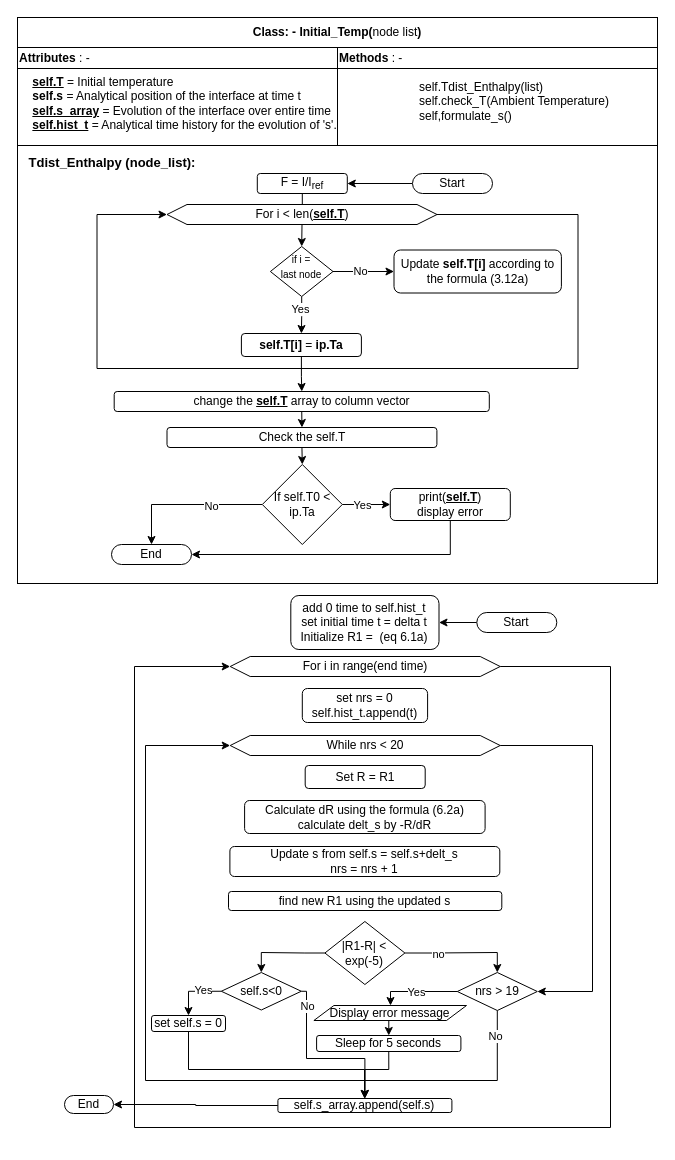
okolekar/PPP keeps this draw.io diagram as .drawio. Above is the earlier version. Source tidied: cells renumbered, new cells numbered last; positions are measured from the earlier drawing's top-left corner, leaving out a move shared by most shapes. Both pictures are drawn from the tidied source at 100%, with x=0, y=0 at pixel (17, 17).
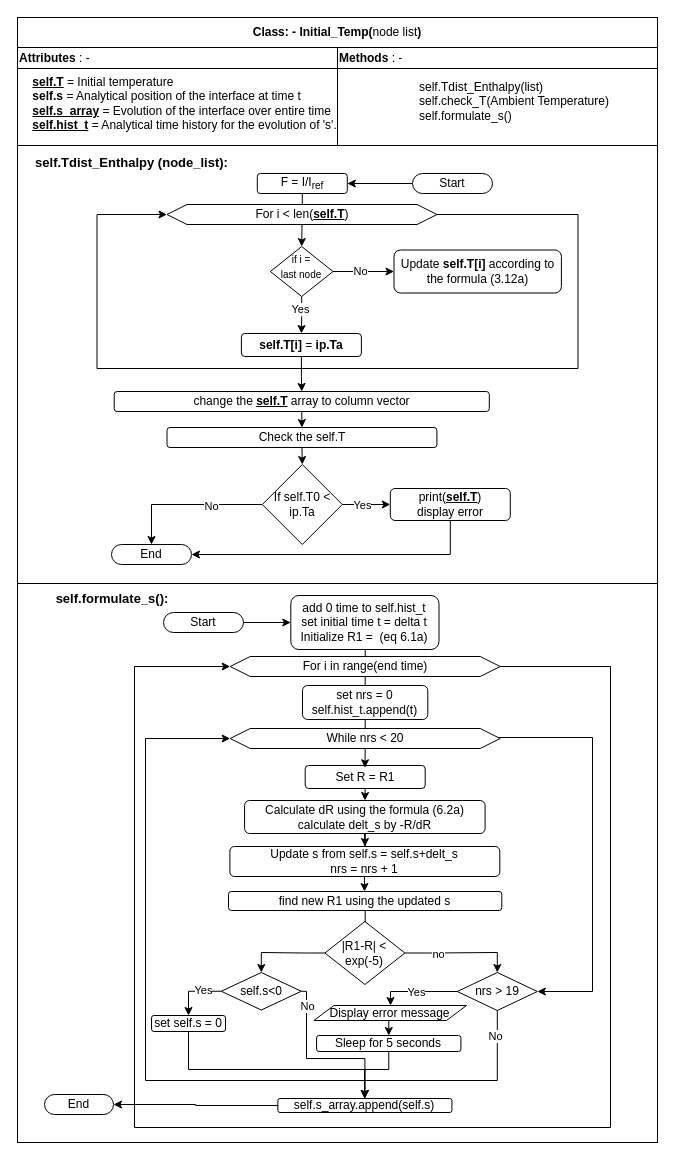
The same diagram, later.

Unchanged cells that the change refers to:
```xml
<mxCell id="40" value="add 0 time to self.hist_t&lt;br&gt;set initial time t = delta t&lt;br style=&quot;border-color: var(--border-color);&quot;&gt;Initialize R1 =&amp;nbsp; (eq 6.1a)" style="rounded=1;whiteSpace=wrap;html=1;" parent="1" vertex="1">
  <mxGeometry x="273.3" y="578" width="148.2" height="54" as="geometry" />
</mxCell>
<mxCell id="41" value="For i in range(end time)" style="shape=hexagon;perimeter=hexagonPerimeter2;whiteSpace=wrap;html=1;fixedSize=1;" parent="1" vertex="1">
  <mxGeometry x="212.7" y="639" width="270" height="20" as="geometry" />
</mxCell>
<mxCell id="43" value="Set R = R1" style="rounded=1;whiteSpace=wrap;html=1;" parent="1" vertex="1">
  <mxGeometry x="287.7" y="748" width="120" height="23" as="geometry" />
</mxCell>
<mxCell id="44" value="Calculate dR using the formula (6.2a)&lt;br&gt;calculate delt_s by -R/dR" style="rounded=1;whiteSpace=wrap;html=1;" parent="1" vertex="1">
  <mxGeometry x="227.1" y="783" width="240.5" height="33" as="geometry" />
</mxCell>
<mxCell id="45" value="Update s from self.s = self.s+delt_s&lt;br&gt;nrs = nrs + 1" style="rounded=1;whiteSpace=wrap;html=1;" parent="1" vertex="1">
  <mxGeometry x="212.4" y="829" width="269.9" height="30" as="geometry" />
</mxCell>
<mxCell id="46" value="find new R1 using the updated s" style="rounded=1;whiteSpace=wrap;html=1;" parent="1" vertex="1">
  <mxGeometry x="211" y="874" width="273.3" height="19" as="geometry" />
</mxCell>
<mxCell id="52" value="|R1-R| &amp;lt; exp(-5)" style="rhombus;whiteSpace=wrap;html=1;" parent="1" vertex="1">
  <mxGeometry x="307.4" y="904" width="80" height="63" as="geometry" />
</mxCell>
<mxCell id="64" value="nrs &amp;gt; 19" style="rhombus;whiteSpace=wrap;html=1;" parent="1" vertex="1">
  <mxGeometry x="439.8" y="955" width="80" height="38" as="geometry" />
</mxCell>
```

What changed in the source:
```diff
@@
+    <mxCell id="72" style="rounded=0;whiteSpace=wrap;html=1;" parent="1" vertex="1">
+      <mxGeometry y="565" width="640" height="560" as="geometry" />
+    </mxCell>
@@
-    <mxCell id="5" value="&lt;span style=&quot;white-space: pre;&quot;&gt;&#9;&lt;/span&gt;&lt;span style=&quot;white-space: pre;&quot;&gt;&#9;&lt;/span&gt;&lt;span style=&quot;white-space: pre;&quot;&gt;&#9;&lt;/span&gt;self.Tdist_Enthalpy(list)&lt;br&gt;&lt;span style=&quot;white-space: pre;&quot;&gt;&#9;&lt;/span&gt;&lt;span style=&quot;white-space: pre;&quot;&gt;&#9;&lt;/span&gt;&lt;span style=&quot;white-space: pre;&quot;&gt;&#9;&lt;/span&gt;self.check_T(Ambient Temperature)&lt;br&gt;&lt;span style=&quot;white-space: pre;&quot;&gt;&#9;&lt;/span&gt;&lt;span style=&quot;white-space: pre;&quot;&gt;&#9;&lt;/span&gt;&lt;span style=&quot;white-space: pre;&quot;&gt;&#9;&lt;/span&gt;self,formulate_s()" style="rounded=0;whiteSpace=wrap;html=1;align=left;" parent="1" vertex="1">
+    <mxCell id="5" value="&lt;span style=&quot;white-space: pre;&quot;&gt;&#9;&lt;/span&gt;&lt;span style=&quot;white-space: pre;&quot;&gt;&#9;&lt;/span&gt;&lt;span style=&quot;white-space: pre;&quot;&gt;&#9;&lt;/span&gt;self.Tdist_Enthalpy(list)&lt;br&gt;&lt;span style=&quot;white-space: pre;&quot;&gt;&#9;&lt;/span&gt;&lt;span style=&quot;white-space: pre;&quot;&gt;&#9;&lt;/span&gt;&lt;span style=&quot;white-space: pre;&quot;&gt;&#9;&lt;/span&gt;self.check_T(Ambient Temperature)&lt;br&gt;&lt;span style=&quot;white-space: pre;&quot;&gt;&#9;&lt;/span&gt;&lt;span style=&quot;white-space: pre;&quot;&gt;&#9;&lt;/span&gt;&lt;span style=&quot;white-space: pre;&quot;&gt;&#9;&lt;/span&gt;self.formulate_s()" style="rounded=0;whiteSpace=wrap;html=1;align=left;" parent="1" vertex="1">
       <mxGeometry x="320" y="40" width="320" height="88" as="geometry" />
     </mxCell>
@@
-    <mxCell id="33" value="&lt;b&gt;&lt;font style=&quot;font-size: 13px;&quot;&gt;Tdist_Enthalpy (node_list):&lt;/font&gt;&lt;/b&gt;" style="text;html=1;strokeColor=none;fillColor=none;align=center;verticalAlign=middle;whiteSpace=wrap;rounded=0;" parent="1" vertex="1">
-      <mxGeometry y="130" width="190" height="30" as="geometry" />
+    <mxCell id="33" value="&lt;b&gt;&lt;font style=&quot;font-size: 13px;&quot;&gt;self.Tdist_Enthalpy (node_list):&lt;/font&gt;&lt;/b&gt;" style="text;html=1;strokeColor=none;fillColor=none;align=center;verticalAlign=middle;whiteSpace=wrap;rounded=0;" parent="1" vertex="1">
+      <mxGeometry y="130" width="229" height="30" as="geometry" />
     </mxCell>
@@
-    <mxCell id="37" style="edgeStyle=orthogonalEdgeStyle;rounded=0;jettySize=auto;html=1;entryX=1;entryY=0.5;entryDx=0;entryDy=0;" parent="1" edge="1" source="38" target="40">
+    <mxCell id="37" style="edgeStyle=orthogonalEdgeStyle;rounded=0;jettySize=auto;html=1;entryX=0;entryY=0.5;entryDx=0;entryDy=0;" parent="1" edge="1" source="38" target="40">
       <mxGeometry relative="1" as="geometry" />
     </mxCell>
     <mxCell id="38" value="Start" style="rounded=1;whiteSpace=wrap;html=1;arcSize=50;" parent="1" vertex="1">
-      <mxGeometry x="459.3" y="595" width="80" height="20" as="geometry" />
+      <mxGeometry x="146" y="595" width="80" height="20" as="geometry" />
     </mxCell>
     <mxCell id="39" value="End" style="rounded=1;whiteSpace=wrap;html=1;arcSize=50;" parent="1" vertex="1">
-      <mxGeometry x="47" y="1078" width="49" height="18" as="geometry" />
+      <mxGeometry x="27" y="1077" width="69" height="20" as="geometry" />
     </mxCell>
+    <mxCell id="73" style="edgeStyle=orthogonalEdgeStyle;rounded=0;jettySize=auto;html=1;entryX=0.5;entryY=0;entryDx=0;entryDy=0;" parent="1" edge="1" source="40" target="41">
+      <mxGeometry relative="1" as="geometry">
+        <Array as="points">
+          <mxPoint x="347" y="644" />
+        </Array>
+      </mxGeometry>
+    </mxCell>
@@
+    <mxCell id="74" style="edgeStyle=orthogonalEdgeStyle;rounded=0;jettySize=auto;html=1;exitX=0.5;exitY=1;exitDx=0;exitDy=0;" parent="1" edge="1" source="41" target="42">
+      <mxGeometry relative="1" as="geometry" />
+    </mxCell>
@@
+    <mxCell id="75" style="edgeStyle=orthogonalEdgeStyle;rounded=0;jettySize=auto;html=1;" parent="1" edge="1" source="42" target="48">
+      <mxGeometry relative="1" as="geometry" />
+    </mxCell>
     <mxCell id="42" value="set nrs = 0&lt;br&gt;self.hist_t.append(t)" style="rounded=1;whiteSpace=wrap;html=1;" parent="1" vertex="1">
-      <mxGeometry x="284.8" y="671" width="125.3" height="34" as="geometry" />
+      <mxGeometry x="285" y="668" width="125.3" height="34" as="geometry" />
     </mxCell>
+    <mxCell id="76" style="edgeStyle=orthogonalEdgeStyle;rounded=0;jettySize=auto;html=1;exitX=0.5;exitY=1;exitDx=0;exitDy=0;entryX=0.5;entryY=0;entryDx=0;entryDy=0;" parent="1" edge="1" source="43" target="44">
+      <mxGeometry relative="1" as="geometry" />
+    </mxCell>
@@
+    <mxCell id="77" style="edgeStyle=orthogonalEdgeStyle;rounded=0;jettySize=auto;html=1;" parent="1" edge="1" source="44" target="45">
+      <mxGeometry relative="1" as="geometry" />
+    </mxCell>
@@
+    <mxCell id="78" style="edgeStyle=orthogonalEdgeStyle;rounded=0;orthogonalLoop=1;jettySize=auto;html=1;" parent="1" edge="1">
+      <mxGeometry relative="1" as="geometry">
+        <mxPoint x="347" y="859" as="sourcePoint" />
+        <mxPoint x="347" y="874" as="targetPoint" />
+        <Array as="points">
+          <mxPoint x="347" y="871" />
+          <mxPoint x="347" y="871" />
+        </Array>
+      </mxGeometry>
+    </mxCell>
@@
+    <mxCell id="79" style="edgeStyle=orthogonalEdgeStyle;rounded=0;jettySize=auto;html=1;entryX=0.5;entryY=0;entryDx=0;entryDy=0;" parent="1" edge="1" source="46" target="52">
+      <mxGeometry relative="1" as="geometry" />
+    </mxCell>
@@
     <mxCell id="47" style="edgeStyle=orthogonalEdgeStyle;rounded=0;jettySize=auto;html=1;entryX=1;entryY=0.5;entryDx=0;entryDy=0;" parent="1" edge="1" source="48" target="64">
       <mxGeometry relative="1" as="geometry">
         <Array as="points">
-          <mxPoint x="575" y="728" />
+          <mxPoint x="575" y="720" />
           <mxPoint x="575" y="974" />
         </Array>
       </mxGeometry>
     </mxCell>
     <mxCell id="48" value="While nrs &amp;lt; 20" style="shape=hexagon;perimeter=hexagonPerimeter2;whiteSpace=wrap;html=1;fixedSize=1;" parent="1" vertex="1">
-      <mxGeometry x="212.7" y="718" width="270" height="20" as="geometry" />
+      <mxGeometry x="212.7" y="711" width="270" height="20" as="geometry" />
     </mxCell>
@@
     <mxCell id="62" style="edgeStyle=orthogonalEdgeStyle;rounded=0;jettySize=auto;html=1;entryX=0;entryY=0.5;entryDx=0;entryDy=0;" parent="1" edge="1" source="64" target="48">
       <mxGeometry relative="1" as="geometry">
         <Array as="points">
           <mxPoint x="480" y="1063" />
           <mxPoint x="128" y="1063" />
-          <mxPoint x="128" y="728" />
+          <mxPoint x="128" y="721" />
         </Array>
       </mxGeometry>
     </mxCell>
@@
+    <mxCell id="80" style="edgeStyle=orthogonalEdgeStyle;rounded=0;jettySize=auto;html=1;exitX=0.5;exitY=1;exitDx=0;exitDy=0;entryX=0.498;entryY=0.099;entryDx=0;entryDy=0;entryPerimeter=0;" parent="1" edge="1" source="48" target="43">
+      <mxGeometry relative="1" as="geometry" />
+    </mxCell>
+    <mxCell id="81" value="&lt;span style=&quot;font-size: 13px;&quot;&gt;&lt;b&gt;self.formulate_s():&lt;/b&gt;&lt;/span&gt;" style="text;html=1;strokeColor=none;fillColor=none;align=center;verticalAlign=middle;whiteSpace=wrap;rounded=0;" parent="1" vertex="1">
+      <mxGeometry y="566" width="190" height="30" as="geometry" />
+    </mxCell>
```
